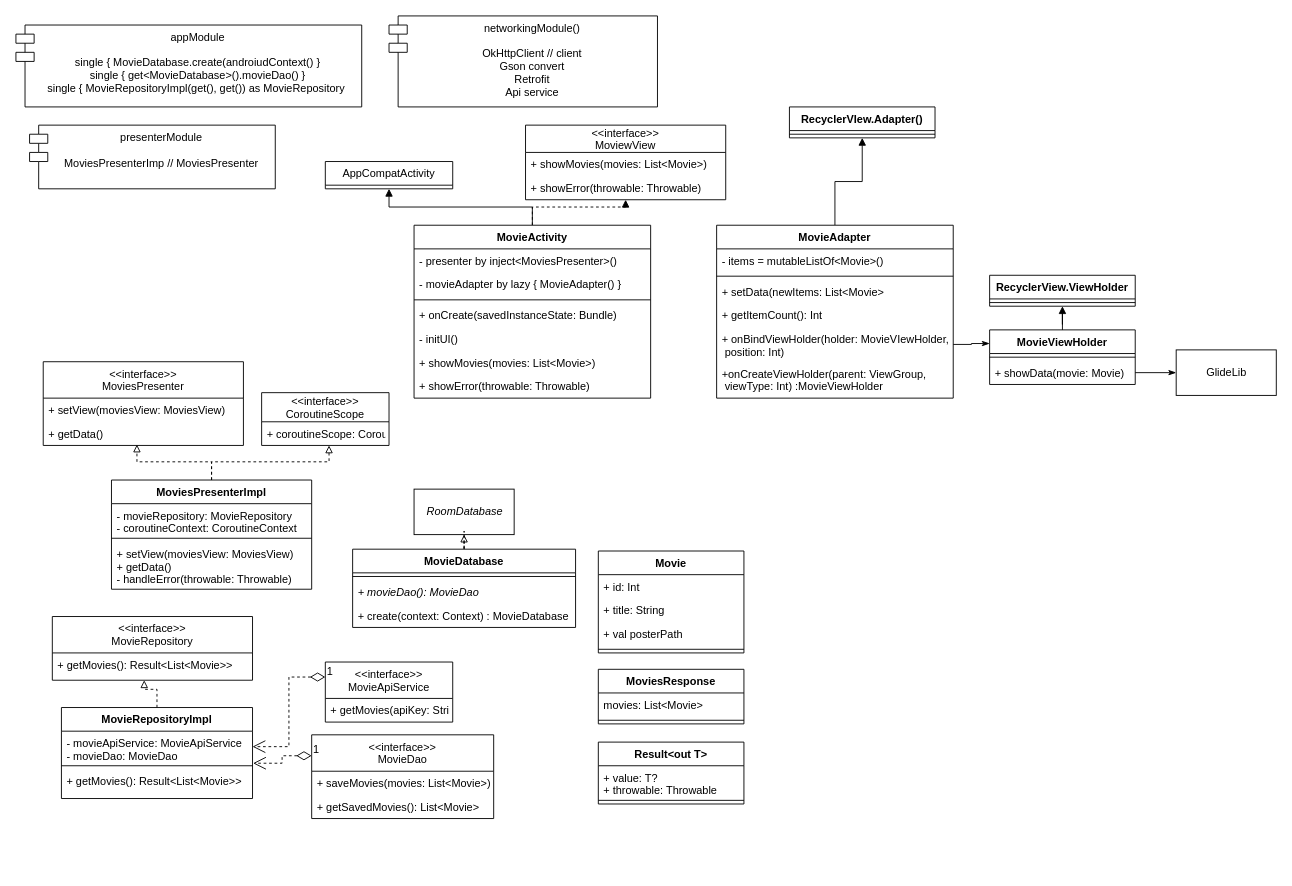
The draw.io diagram 2.ImplementCoroutinesInAndroid/UML diagram.drawio in pscacchi/rwKotlinCoroutinesInDepth, before the edit. Source tidied: cells renumbered, new cells numbered last; positions are measured from the earlier drawing's top-left corner, leaving out a move shared by most shapes. Both pictures are drawn from the tidied source at 91%, with x=0, y=0 at pixel (15, 15).
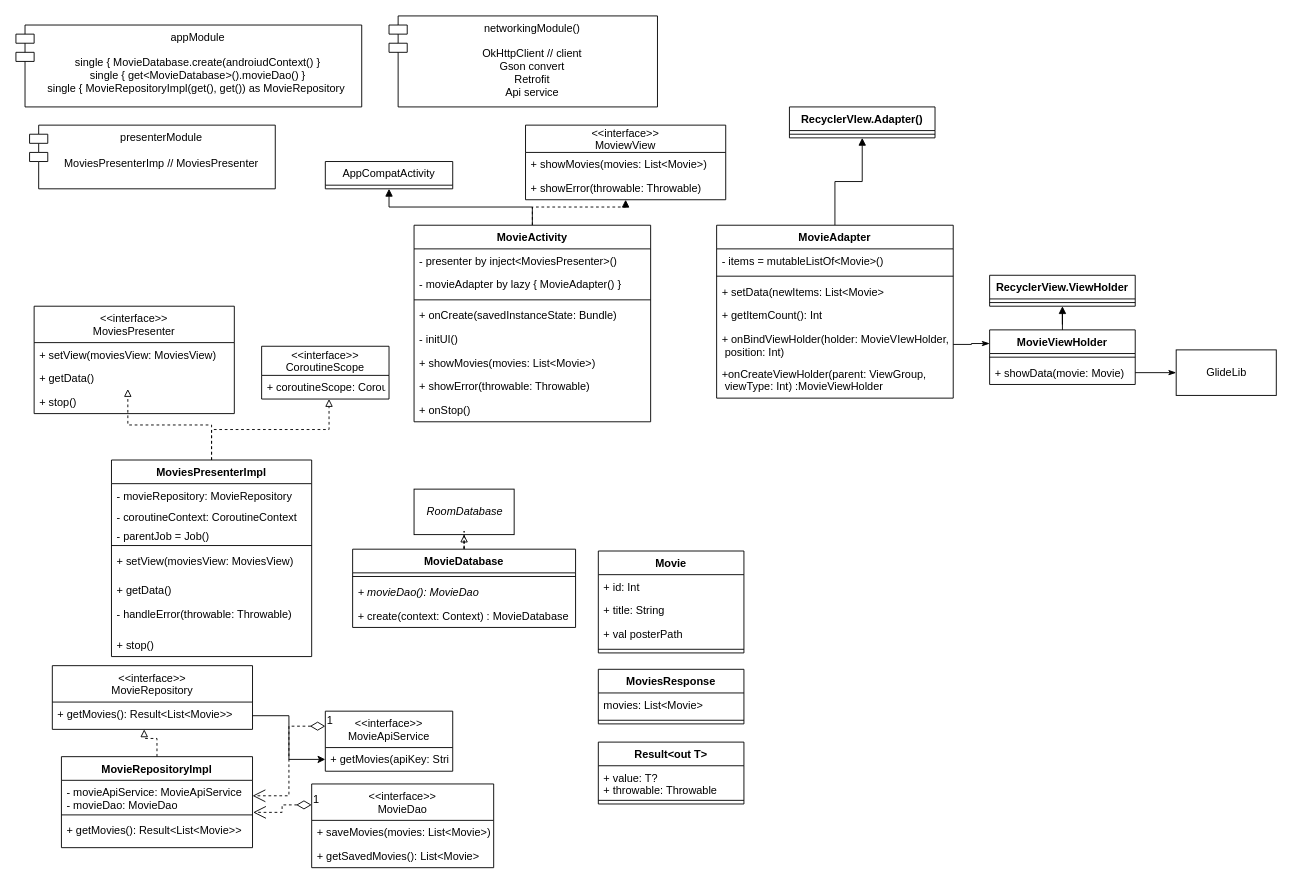
The same page after the edit.

The change refers to these unchanged cells:
```xml
<mxCell id="9" value="+ getMovies(): Result&lt;List&lt;Movie&gt;&gt;" style="text;strokeColor=none;fillColor=none;align=left;verticalAlign=top;spacingLeft=4;spacingRight=4;overflow=hidden;points=[[0,0.5],[1,0.5]];portConstraint=eastwest;rounded=0;shadow=0;glass=0;sketch=0;fontFamily=Helvetica;fontSize=12;fontColor=default;startSize=26;" parent="8" vertex="1">
  <mxGeometry y="40" width="220" height="30" as="geometry" />
</mxCell>
<mxCell id="25" value="+ getMovies(apiKey: String): String: Call&lt;MoviesResponse&gt;" style="text;strokeColor=none;fillColor=none;align=left;verticalAlign=top;spacingLeft=4;spacingRight=4;overflow=hidden;points=[[0,0.5],[1,0.5]];portConstraint=eastwest;rounded=0;shadow=0;glass=0;sketch=0;fontFamily=Helvetica;fontSize=12;fontColor=default;startSize=26;" parent="24" vertex="1">
  <mxGeometry y="40" width="140" height="26" as="geometry" />
</mxCell>
```

Change to the diagram source:
```diff
@@
     <mxCell id="3" value="MoviesPresenterImpl" style="swimlane;fontStyle=1;align=center;verticalAlign=top;horizontal=1;startSize=26;rounded=0;shadow=0;glass=0;sketch=0;fillColor=default;" parent="1" vertex="1">
-      <mxGeometry x="105" y="510" width="220" height="120" as="geometry" />
+      <mxGeometry x="105" y="488" width="220" height="216" as="geometry" />
     </mxCell>
-    <mxCell id="4" value="- movieRepository: MovieRepository&#10;- coroutineContext: CoroutineContext" style="text;strokeColor=none;fillColor=none;align=left;verticalAlign=top;spacingLeft=4;spacingRight=4;overflow=hidden;rounded=0;shadow=0;glass=0;sketch=0;" parent="3" vertex="1">
-      <mxGeometry y="26" width="220" height="34" as="geometry" />
+    <mxCell id="4" value="- movieRepository: MovieRepository" style="text;strokeColor=none;fillColor=none;align=left;verticalAlign=top;spacingLeft=4;spacingRight=4;overflow=hidden;rounded=0;shadow=0;glass=0;sketch=0;" parent="3" vertex="1">
+      <mxGeometry y="26" width="220" height="24" as="geometry" />
     </mxCell>
+    <mxCell id="81" value="- coroutineContext: CoroutineContext" style="text;strokeColor=none;fillColor=none;align=left;verticalAlign=top;spacingLeft=4;spacingRight=4;overflow=hidden;rounded=0;shadow=0;glass=0;sketch=0;" parent="3" vertex="1">
+      <mxGeometry y="50" width="220" height="20" as="geometry" />
+    </mxCell>
+    <mxCell id="82" value="- parentJob = Job()" style="text;strokeColor=none;fillColor=none;align=left;verticalAlign=top;spacingLeft=4;spacingRight=4;overflow=hidden;rounded=0;shadow=0;glass=0;sketch=0;" parent="3" vertex="1">
+      <mxGeometry y="70" width="220" height="20" as="geometry" />
+    </mxCell>
     <mxCell id="5" style="line;strokeWidth=1;fillColor=none;align=left;verticalAlign=middle;spacingTop=-1;spacingLeft=3;spacingRight=3;labelPosition=right;rounded=0;shadow=0;glass=0;sketch=0;" parent="3" vertex="1">
-      <mxGeometry y="60" width="220" height="8" as="geometry" />
+      <mxGeometry y="90" width="220" height="8" as="geometry" />
     </mxCell>
-    <mxCell id="6" value="+ setView(moviesView: MoviesView)&#10;+ getData()&#10;- handleError(throwable: Throwable)" style="text;strokeColor=none;fillColor=none;align=left;verticalAlign=top;spacingLeft=4;spacingRight=4;overflow=hidden;rounded=0;shadow=0;glass=0;sketch=0;" parent="3" vertex="1">
-      <mxGeometry y="68" width="220" height="52" as="geometry" />
+    <mxCell id="6" value="+ setView(moviesView: MoviesView)" style="text;strokeColor=none;fillColor=none;align=left;verticalAlign=top;spacingLeft=4;spacingRight=4;overflow=hidden;rounded=0;shadow=0;glass=0;sketch=0;" parent="3" vertex="1">
+      <mxGeometry y="98" width="220" height="32" as="geometry" />
     </mxCell>
+    <mxCell id="83" value="+ getData()" style="text;strokeColor=none;fillColor=none;align=left;verticalAlign=top;spacingLeft=4;spacingRight=4;overflow=hidden;" parent="3" vertex="1">
+      <mxGeometry y="130" width="220" height="26" as="geometry" />
+    </mxCell>
+    <mxCell id="84" value="- handleError(throwable: Throwable)" style="text;strokeColor=none;fillColor=none;align=left;verticalAlign=top;spacingLeft=4;spacingRight=4;overflow=hidden;rounded=0;shadow=0;glass=0;sketch=0;" parent="3" vertex="1">
+      <mxGeometry y="156" width="220" height="34" as="geometry" />
+    </mxCell>
+    <mxCell id="85" value="+ stop()" style="text;strokeColor=none;fillColor=none;align=left;verticalAlign=top;spacingLeft=4;spacingRight=4;overflow=hidden;" parent="3" vertex="1">
+      <mxGeometry y="190" width="220" height="26" as="geometry" />
+    </mxCell>
@@
     <mxCell id="8" value="&lt;&lt;interface&gt;&gt;&#10;MovieRepository" style="swimlane;fontStyle=0;horizontal=1;startSize=40;fillColor=none;rounded=0;shadow=0;glass=0;sketch=0;fontFamily=Helvetica;fontSize=12;fontColor=default;strokeColor=default;" parent="1" vertex="1">
-      <mxGeometry x="40" y="660" width="220" height="70" as="geometry" />
+      <mxGeometry x="40" y="714" width="220" height="70" as="geometry" />
     </mxCell>
@@
     <mxCell id="10" value="&lt;&lt;interface&gt;&gt;&#10;MoviesPresenter" style="swimlane;fontStyle=0;horizontal=1;startSize=40;fillColor=none;rounded=0;shadow=0;glass=0;sketch=0;fontFamily=Helvetica;fontSize=12;fontColor=default;strokeColor=default;" parent="1" vertex="1">
-      <mxGeometry x="30" y="380" width="220" height="92" as="geometry" />
+      <mxGeometry x="20" y="319" width="220" height="118" as="geometry" />
     </mxCell>
@@
+    <mxCell id="86" value="+ stop()" style="text;strokeColor=none;fillColor=none;align=left;verticalAlign=top;spacingLeft=4;spacingRight=4;overflow=hidden;rounded=0;shadow=0;glass=0;sketch=0;fontFamily=Helvetica;fontSize=12;fontColor=default;startSize=26;" parent="10" vertex="1">
+      <mxGeometry y="92" width="220" height="26" as="geometry" />
+    </mxCell>
     <mxCell id="13" value="&lt;&lt;interface&gt;&gt;&#10;CoroutineScope" style="swimlane;fontStyle=0;horizontal=1;startSize=32;fillColor=none;rounded=0;shadow=0;glass=0;sketch=0;fontFamily=Helvetica;fontSize=12;fontColor=default;strokeColor=default;" parent="1" vertex="1">
-      <mxGeometry x="270" y="414" width="140" height="58" as="geometry" />
+      <mxGeometry x="270" y="363" width="140" height="58" as="geometry" />
     </mxCell>
@@
     <mxCell id="19" value="MovieRepositoryImpl" style="swimlane;fontStyle=1;align=center;verticalAlign=top;horizontal=1;startSize=26;rounded=0;shadow=0;glass=0;sketch=0;fontFamily=Helvetica;fontSize=12;fontColor=default;strokeColor=default;fillColor=default;" parent="1" vertex="1">
-      <mxGeometry x="50" y="760" width="210" height="100" as="geometry" />
+      <mxGeometry x="50" y="814" width="210" height="100" as="geometry" />
     </mxCell>
@@
     <mxCell id="24" value="&lt;&lt;interface&gt;&gt;&#10;MovieApiService" style="swimlane;fontStyle=0;horizontal=1;startSize=40;fillColor=none;rounded=0;shadow=0;glass=0;sketch=0;fontFamily=Helvetica;fontSize=12;fontColor=default;strokeColor=default;" parent="1" vertex="1">
-      <mxGeometry x="340" y="710" width="140" height="66" as="geometry" />
+      <mxGeometry x="340" y="764" width="140" height="66" as="geometry" />
     </mxCell>
@@
     <mxCell id="28" value="&lt;&lt;interface&gt;&gt;&#10;MovieDao" style="swimlane;fontStyle=0;horizontal=1;startSize=40;fillColor=none;rounded=0;shadow=0;glass=0;sketch=0;fontFamily=Helvetica;fontSize=12;fontColor=default;strokeColor=default;" parent="1" vertex="1">
-      <mxGeometry x="325" y="790" width="200" height="92" as="geometry" />
+      <mxGeometry x="325" y="844" width="200" height="92" as="geometry" />
     </mxCell>
@@
     <mxCell id="50" value="MovieActivity" style="swimlane;fontStyle=1;align=center;verticalAlign=top;horizontal=1;startSize=26;" parent="1" vertex="1">
-      <mxGeometry x="437.5" y="230" width="260" height="190" as="geometry" />
+      <mxGeometry x="437.5" y="230" width="260" height="216" as="geometry" />
     </mxCell>
@@
+    <mxCell id="87" value="+ onStop()" style="text;strokeColor=none;fillColor=none;align=left;verticalAlign=top;spacingLeft=4;spacingRight=4;overflow=hidden;" parent="50" vertex="1">
+      <mxGeometry y="190" width="260" height="26" as="geometry" />
+    </mxCell>
@@
+    <mxCell id="88" style="edgeStyle=orthogonalEdgeStyle;rounded=0;jettySize=auto;html=1;" parent="1" edge="1" source="9" target="25">
+      <mxGeometry relative="1" as="geometry" />
+    </mxCell>
```
